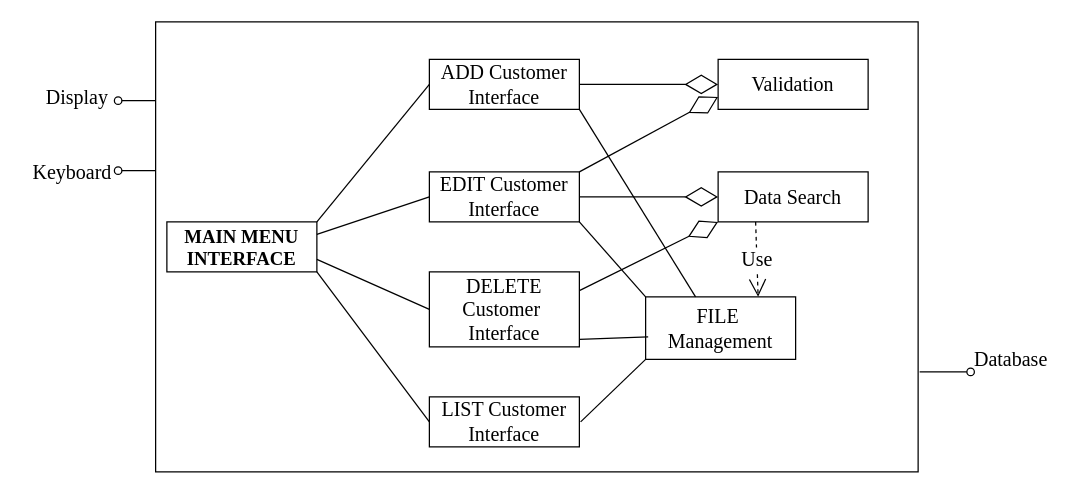
Before: Untitled Diagram.drawio in francis-job/jarvis, a draw.io diagram. Source tidied: cells renumbered, new cells numbered last; positions are measured from the earlier drawing's top-left corner, leaving out a move shared by most shapes. Both pictures are drawn from the tidied source at 125%, with x=0, y=0 at pixel (21, 21).
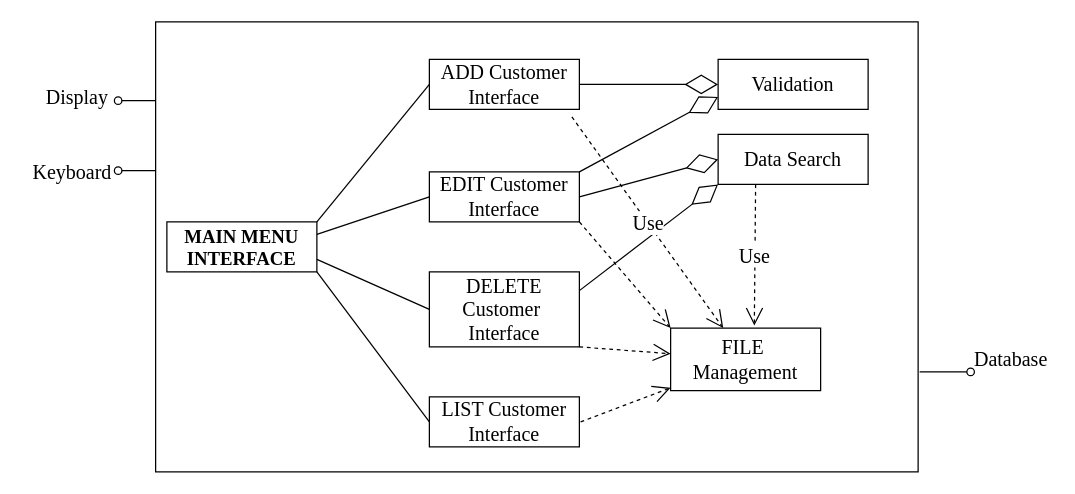
Above is the later version.

Commit message:
monica_confused change

The change refers to these unchanged cells:
```xml
<mxCell id="4" value="ADD Customer&lt;br&gt;Interface" style="rounded=0;whiteSpace=wrap;html=1;fontFamily=Times New Roman;fontSize=16;" parent="1" vertex="1">
  <mxGeometry x="326" y="30" width="120" height="40" as="geometry" />
</mxCell>
<mxCell id="5" value="&lt;font style=&quot;font-size: 16px&quot;&gt;EDIT Customer&lt;br&gt;Interface&lt;/font&gt;" style="rounded=0;whiteSpace=wrap;html=1;fontFamily=Times New Roman;" parent="1" vertex="1">
  <mxGeometry x="326" y="120" width="120" height="40" as="geometry" />
</mxCell>
<mxCell id="7" value="&lt;font style=&quot;font-size: 16px&quot;&gt;DELETE Customer&amp;nbsp;&lt;br&gt;Interface&lt;/font&gt;" style="rounded=0;whiteSpace=wrap;html=1;fontFamily=Times New Roman;" parent="1" vertex="1">
  <mxGeometry x="326" y="200" width="120" height="60" as="geometry" />
</mxCell>
```

Change to the diagram source:
```diff
@@
     <mxCell id="9" value="Data Search" style="rounded=0;whiteSpace=wrap;html=1;fontFamily=Times New Roman;fontSize=16;" parent="1" vertex="1">
-      <mxGeometry x="557" y="120" width="120" height="40" as="geometry" />
+      <mxGeometry x="557" y="90" width="120" height="40" as="geometry" />
     </mxCell>
     <mxCell id="10" value="FILE&amp;nbsp; Management" style="rounded=0;whiteSpace=wrap;html=1;fontFamily=Times New Roman;fontSize=16;" parent="1" vertex="1">
-      <mxGeometry x="499" y="220" width="120" height="50" as="geometry" />
+      <mxGeometry x="519" y="245" width="120" height="50" as="geometry" />
     </mxCell>
@@
-    <mxCell id="15" style="endArrow=none;html=1;fontFamily=Times New Roman;fontSize=16;entryX=0;entryY=1;entryDx=0;entryDy=0;" parent="1" edge="1" target="10">
+    <mxCell id="15" style="endArrow=open;endSize=12;dashed=1;html=1;fontFamily=Times New Roman;fontSize=16;exitX=0.95;exitY=1.15;exitDx=0;exitDy=0;exitPerimeter=0;" parent="1" edge="1" target="10">
       <mxGeometry relative="1" as="geometry">
         <mxPoint x="447" y="320" as="sourcePoint" />
       </mxGeometry>
     </mxCell>
@@
-    <mxCell id="22" style="endArrow=none;html=1;fontFamily=Times New Roman;fontSize=16;entryX=1;entryY=1;entryDx=0;entryDy=0;exitX=0.333;exitY=0;exitDx=0;exitDy=0;exitPerimeter=0;" parent="1" edge="1" source="10" target="4">
-      <mxGeometry relative="1" as="geometry" />
-    </mxCell>
-    <mxCell id="23" style="endArrow=none;html=1;fontFamily=Times New Roman;fontSize=16;entryX=1;entryY=1;entryDx=0;entryDy=0;exitX=0;exitY=0;exitDx=0;exitDy=0;" parent="1" edge="1" source="10" target="5">
+    <mxCell id="23" style="endArrow=open;endSize=12;dashed=1;html=1;fontFamily=Times New Roman;fontSize=16;exitX=1;exitY=1;exitDx=0;exitDy=0;entryX=0;entryY=0;entryDx=0;entryDy=0;" parent="1" edge="1" source="5" target="10">
       <mxGeometry relative="1" as="geometry" />
     </mxCell>
-    <mxCell id="24" style="endArrow=none;html=1;fontFamily=Times New Roman;fontSize=16;exitX=0.017;exitY=0.64;exitDx=0;exitDy=0;entryX=1;entryY=0.9;entryDx=0;entryDy=0;entryPerimeter=0;exitPerimeter=0;" parent="1" edge="1" source="10" target="7">
+    <mxCell id="24" style="endArrow=open;endSize=12;dashed=1;html=1;fontFamily=Times New Roman;fontSize=16;exitX=1;exitY=1;exitDx=0;exitDy=0;" parent="1" edge="1" source="7" target="10">
       <mxGeometry relative="1" as="geometry" />
     </mxCell>
@@
-    <mxCell id="29" value="Use" style="endArrow=open;endSize=12;dashed=1;html=1;fontFamily=Times New Roman;fontSize=16;exitX=0.25;exitY=1;exitDx=0;exitDy=0;entryX=0.75;entryY=0;entryDx=0;entryDy=0;" parent="1" edge="1" source="9" target="10">
+    <mxCell id="29" value="Use" style="endArrow=open;endSize=12;dashed=1;html=1;fontFamily=Times New Roman;fontSize=16;exitX=0.25;exitY=1;exitDx=0;exitDy=0;entryX=0.558;entryY=-0.04;entryDx=0;entryDy=0;entryPerimeter=0;" parent="1" edge="1" source="9" target="10">
       <mxGeometry relative="1" as="geometry" />
     </mxCell>
+    <mxCell id="30" value="Use" style="endArrow=open;endSize=12;dashed=1;html=1;fontFamily=Times New Roman;fontSize=16;exitX=0.95;exitY=1.15;exitDx=0;exitDy=0;exitPerimeter=0;" parent="1" edge="1" source="4" target="10">
+      <mxGeometry relative="1" as="geometry" />
+    </mxCell>
```
